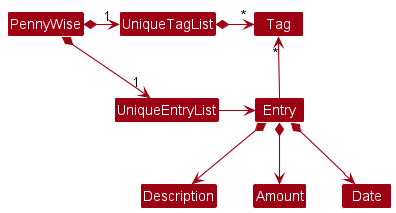
This is docs/images/BetterModelClassDiagram.png from nus-cs2103-AY2223S1/tp, a PlantUML export, as it was before one commit. Source of this version:
```plantuml
@startuml
!include style.puml
skinparam arrowThickness 1.1
skinparam arrowColor MODEL_COLOR
skinparam classBackgroundColor MODEL_COLOR

PennyWise *-right-> "1" UniqueEntryList
PennyWise *-right-> "1" UniqueTagList
UniqueTagList -[hidden]down- UniqueEntryList
UniqueTagList -[hidden]down- UniqueEntryList

UniqueTagList *-right-> "*" Tag
UniqueEntryList -right-> Entry

Entry -up-> "*" Tag

Entry *--> Description
Entry *--> Amount
Entry *--> Date
@enduml
```
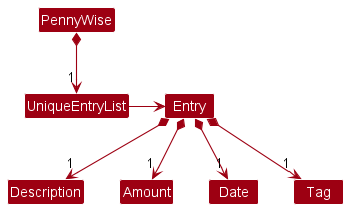
After the commit.

What changed in the source:
```diff
@@ -4,17 +4,12 @@
 skinparam arrowColor MODEL_COLOR
 skinparam classBackgroundColor MODEL_COLOR
 
-PennyWise *-right-> "1" UniqueEntryList
-PennyWise *-right-> "1" UniqueTagList
-UniqueTagList -[hidden]down- UniqueEntryList
-UniqueTagList -[hidden]down- UniqueEntryList
+PennyWise *-down-> "1" UniqueEntryList
 
-UniqueTagList *-right-> "*" Tag
 UniqueEntryList -right-> Entry
 
-Entry -up-> "*" Tag
-
-Entry *--> Description
-Entry *--> Amount
-Entry *--> Date
+Entry *--> "1" Description
+Entry *--> "1" Amount
+Entry *--> "1" Date
+Entry *--> "1" Tag
 @enduml
```
